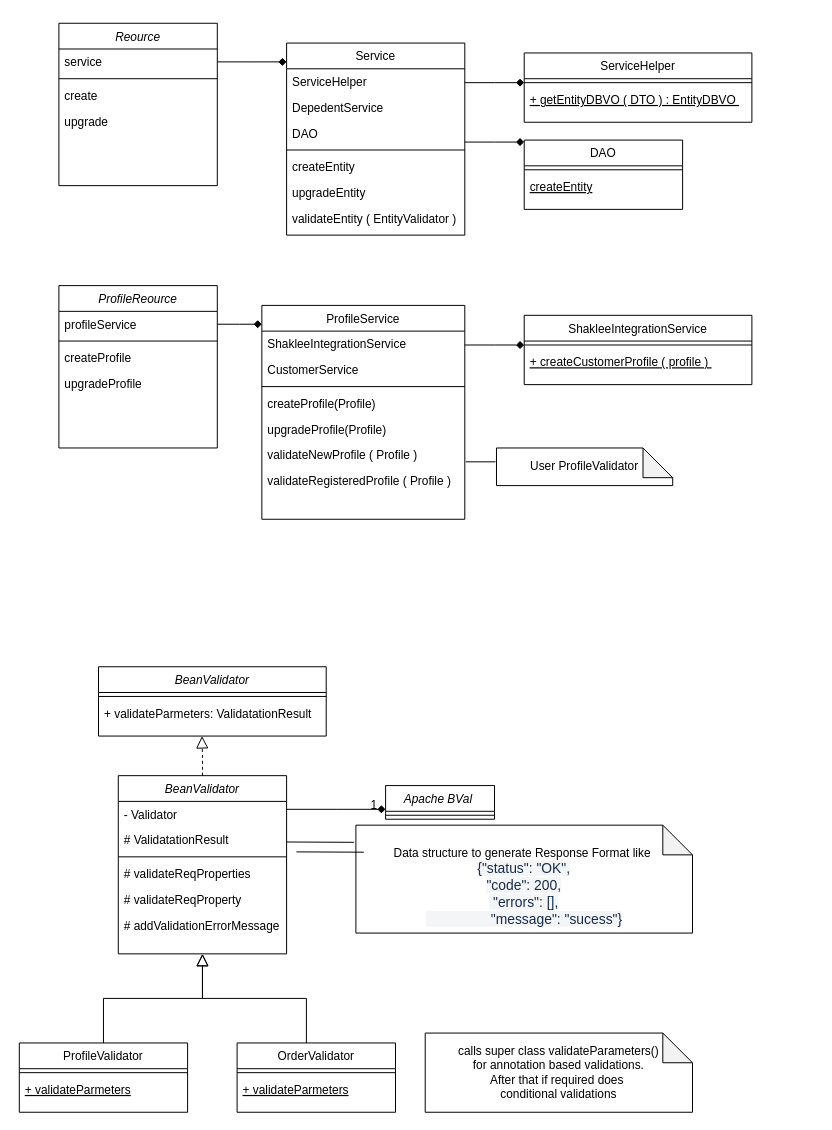
Before: Untitled Diagram.drawio in rednas/Test, a draw.io diagram. Source tidied: cells renumbered, new cells numbered last; positions are measured from the earlier drawing's top-left corner, leaving out a move shared by most shapes. Both pictures are drawn from the tidied source at 99%, with x=0, y=0 at pixel (19, 23).
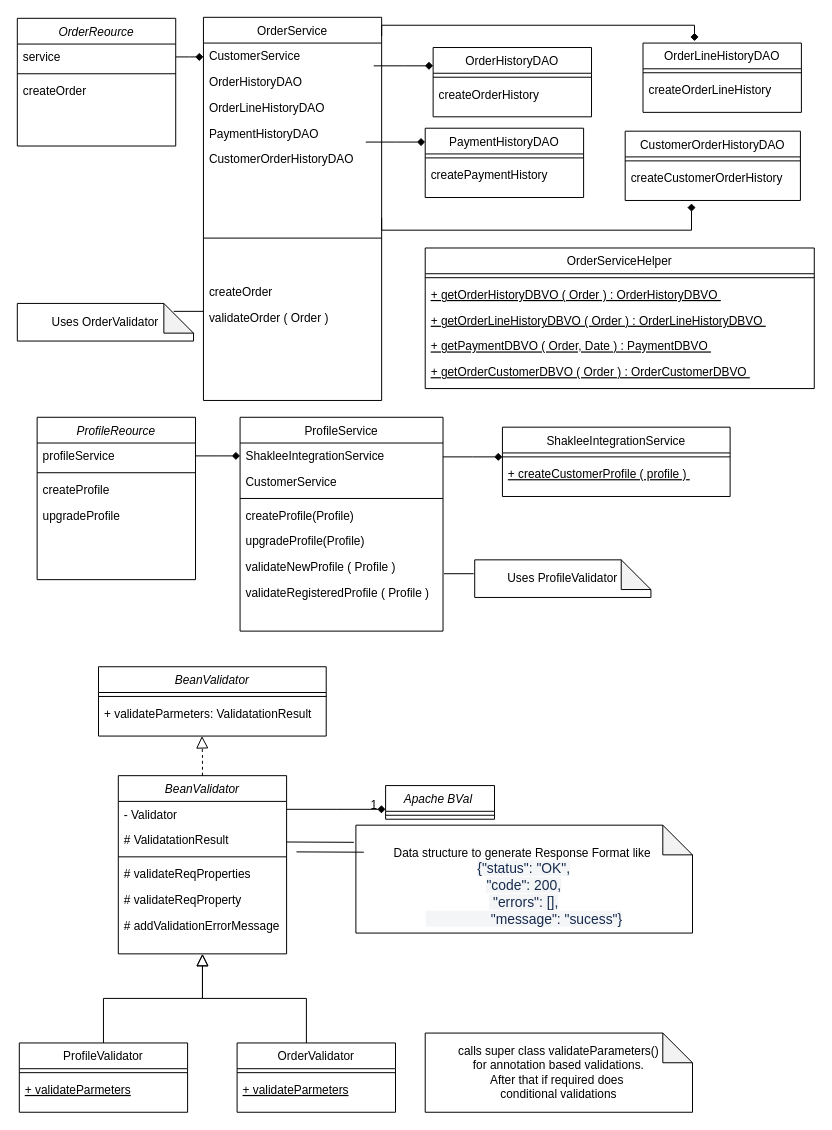
The same diagram, later.

Commit message:
REST API Class Diagram.drawio

Change to the diagram source:
```diff
@@
-    <mxCell id="2" value="Reource" style="swimlane;fontStyle=2;align=center;verticalAlign=top;horizontal=1;startSize=26;rounded=0;shadow=0;strokeWidth=1;" parent="1" vertex="1">
-      <mxGeometry x="40" width="160" height="164" as="geometry" />
+    <mxCell id="2" value="OrderReource" style="swimlane;fontStyle=2;align=center;verticalAlign=top;horizontal=1;startSize=26;rounded=0;shadow=0;strokeWidth=1;" parent="1" vertex="1">
+      <mxGeometry x="-2" y="-5" width="160" height="129" as="geometry" />
     </mxCell>
@@
-    <mxCell id="5" value="create" style="text;align=left;verticalAlign=top;spacingLeft=4;spacingRight=4;overflow=hidden;" parent="2" vertex="1">
+    <mxCell id="5" value="createOrder" style="text;align=left;verticalAlign=top;spacingLeft=4;spacingRight=4;overflow=hidden;" parent="2" vertex="1">
       <mxGeometry y="60" width="160" height="26" as="geometry" />
     </mxCell>
-    <mxCell id="6" value="upgrade" style="text;align=left;verticalAlign=top;spacingLeft=4;spacingRight=4;overflow=hidden;" parent="2" vertex="1">
-      <mxGeometry y="86" width="160" height="26" as="geometry" />
-    </mxCell>
-    <mxCell id="7" value="Service" style="swimlane;fontStyle=0;align=center;verticalAlign=top;horizontal=1;startSize=26;rounded=0;shadow=0;strokeWidth=1;" parent="1" vertex="1">
-      <mxGeometry x="270" y="20" width="180" height="194" as="geometry" />
+    <mxCell id="7" value="OrderService" style="swimlane;fontStyle=0;align=center;verticalAlign=top;horizontal=1;startSize=26;rounded=0;shadow=0;strokeWidth=1;" parent="1" vertex="1">
+      <mxGeometry x="186" y="-6" width="180" height="387" as="geometry" />
     </mxCell>
-    <mxCell id="8" value="ServiceHelper" style="text;align=left;verticalAlign=top;spacingLeft=4;spacingRight=4;overflow=hidden;" parent="7" vertex="1">
-      <mxGeometry y="26" width="180" height="26" as="geometry" />
-    </mxCell>
-    <mxCell id="9" value="DepedentService" style="text;align=left;verticalAlign=top;spacingLeft=4;spacingRight=4;overflow=hidden;rounded=0;shadow=0;html=0;" parent="7" vertex="1">
-      <mxGeometry y="52" width="180" height="26" as="geometry" />
+    <mxCell id="9" value="CustomerService" style="text;align=left;verticalAlign=top;spacingLeft=4;spacingRight=4;overflow=hidden;rounded=0;shadow=0;html=0;" parent="7" vertex="1">
+      <mxGeometry y="26" width="180" height="26" as="geometry" />
     </mxCell>
-    <mxCell id="10" value="DAO" style="text;align=left;verticalAlign=top;spacingLeft=4;spacingRight=4;overflow=hidden;rounded=0;shadow=0;html=0;" parent="7" vertex="1">
-      <mxGeometry y="78" width="180" height="26" as="geometry" />
+    <mxCell id="10" value="OrderHistoryDAO&#10;&#10;&#10;" style="text;align=left;verticalAlign=top;spacingLeft=4;spacingRight=4;overflow=hidden;rounded=0;shadow=0;html=0;" parent="7" vertex="1">
+      <mxGeometry y="52" width="180" height="26" as="geometry" />
     </mxCell>
+    <mxCell id="71" value="OrderLineHistoryDAO&#10;&#10;&#10;" style="text;align=left;verticalAlign=top;spacingLeft=4;spacingRight=4;overflow=hidden;rounded=0;shadow=0;html=0;" parent="7" vertex="1">
+      <mxGeometry y="78" width="180" height="26" as="geometry" />
+    </mxCell>
+    <mxCell id="72" value="PaymentHistoryDAO&#10;&#10;&#10;" style="text;align=left;verticalAlign=top;spacingLeft=4;spacingRight=4;overflow=hidden;rounded=0;shadow=0;html=0;" parent="7" vertex="1">
+      <mxGeometry y="104" width="180" height="26" as="geometry" />
+    </mxCell>
+    <mxCell id="73" value="CustomerOrderHistoryDAO" style="text;align=left;verticalAlign=top;spacingLeft=4;spacingRight=4;overflow=hidden;rounded=0;shadow=0;html=0;" parent="7" vertex="1">
+      <mxGeometry y="130" width="180" height="26" as="geometry" />
+    </mxCell>
+    <mxCell id="74" value=" " style="text;align=left;verticalAlign=top;spacingLeft=4;spacingRight=4;overflow=hidden;rounded=0;shadow=0;html=0;" parent="7" vertex="1">
+      <mxGeometry y="156" width="180" height="26" as="geometry" />
+    </mxCell>
     <mxCell id="11" style="line;html=1;strokeWidth=1;align=left;verticalAlign=middle;spacingTop=-1;spacingLeft=3;spacingRight=3;labelPosition=right;" parent="7" vertex="1">
-      <mxGeometry y="104" width="180" height="8" as="geometry" />
+      <mxGeometry y="182" width="180" height="82" as="geometry" />
     </mxCell>
-    <mxCell id="12" value="createEntity" style="text;align=left;verticalAlign=top;spacingLeft=4;spacingRight=4;overflow=hidden;" parent="7" vertex="1">
-      <mxGeometry y="112" width="180" height="26" as="geometry" />
+    <mxCell id="12" value="createOrder" style="text;align=left;verticalAlign=top;spacingLeft=4;spacingRight=4;overflow=hidden;" parent="7" vertex="1">
+      <mxGeometry y="264" width="180" height="26" as="geometry" />
     </mxCell>
-    <mxCell id="13" value="upgradeEntity" style="text;align=left;verticalAlign=top;spacingLeft=4;spacingRight=4;overflow=hidden;" parent="7" vertex="1">
-      <mxGeometry y="138" width="180" height="26" as="geometry" />
-    </mxCell>
-    <mxCell id="14" value="validateEntity ( EntityValidator )" style="text;align=left;verticalAlign=top;spacingLeft=4;spacingRight=4;overflow=hidden;" parent="7" vertex="1">
-      <mxGeometry y="164" width="180" height="26" as="geometry" />
+    <mxCell id="14" value="validateOrder ( Order )" style="text;align=left;verticalAlign=top;spacingLeft=4;spacingRight=4;overflow=hidden;" parent="7" vertex="1">
+      <mxGeometry y="290" width="180" height="26" as="geometry" />
     </mxCell>
@@
-    <mxCell id="42" value="DAO" style="swimlane;fontStyle=0;align=center;verticalAlign=top;horizontal=1;startSize=26;rounded=0;shadow=0;strokeWidth=1;" parent="1" vertex="1">
-      <mxGeometry x="510" y="118" width="160" height="70" as="geometry" />
+    <mxCell id="42" value="OrderHistoryDAO" style="swimlane;fontStyle=0;align=center;verticalAlign=top;horizontal=1;startSize=26;rounded=0;shadow=0;strokeWidth=1;" parent="1" vertex="1">
+      <mxGeometry x="418" y="24.5" width="160" height="70" as="geometry" />
     </mxCell>
@@
-    <mxCell id="44" value="createEntity" style="text;align=left;verticalAlign=top;spacingLeft=4;spacingRight=4;overflow=hidden;fontStyle=4;" parent="42" vertex="1">
+    <mxCell id="44" value="createOrderHistory" style="text;align=left;verticalAlign=top;spacingLeft=4;spacingRight=4;overflow=hidden;fontStyle=0;" parent="42" vertex="1">
       <mxGeometry y="34" width="160" height="26" as="geometry" />
     </mxCell>
-    <mxCell id="45" style="endArrow=diamond;shadow=0;strokeWidth=1;rounded=0;endFill=1;edgeStyle=elbowEdgeStyle;elbow=vertical;" parent="1" edge="1">
-      <mxGeometry x="0.5" y="41" relative="1" as="geometry">
-        <mxPoint x="450" y="120" as="sourcePoint" />
-        <mxPoint x="510" y="120" as="targetPoint" />
-        <mxPoint x="-40" y="32" as="offset" />
-      </mxGeometry>
-    </mxCell>
-    <mxCell id="46" value="ServiceHelper" style="swimlane;fontStyle=0;align=center;verticalAlign=top;horizontal=1;startSize=26;rounded=0;shadow=0;strokeWidth=1;" parent="1" vertex="1">
-      <mxGeometry x="510" y="30" width="230" height="70" as="geometry" />
+    <mxCell id="46" value="OrderServiceHelper" style="swimlane;fontStyle=0;align=center;verticalAlign=top;horizontal=1;startSize=26;rounded=0;shadow=0;strokeWidth=1;" parent="1" vertex="1">
+      <mxGeometry x="410" y="227" width="393" height="142" as="geometry" />
     </mxCell>
     <mxCell id="47" style="line;html=1;strokeWidth=1;align=left;verticalAlign=middle;spacingTop=-1;spacingLeft=3;spacingRight=3;labelPosition=right;" parent="46" vertex="1">
-      <mxGeometry y="26" width="230" height="8" as="geometry" />
+      <mxGeometry y="26" width="393" height="8" as="geometry" />
     </mxCell>
-    <mxCell id="48" value="+ getEntityDBVO ( DTO ) : EntityDBVO " style="text;align=left;verticalAlign=top;spacingLeft=4;spacingRight=4;overflow=hidden;fontStyle=4;" parent="46" vertex="1">
-      <mxGeometry y="34" width="230" height="26" as="geometry" />
+    <mxCell id="48" value="+ getOrderHistoryDBVO ( Order ) : OrderHistoryDBVO " style="text;align=left;verticalAlign=top;spacingLeft=4;spacingRight=4;overflow=hidden;fontStyle=4;" parent="46" vertex="1">
+      <mxGeometry y="34" width="393" height="26" as="geometry" />
     </mxCell>
-    <mxCell id="49" style="endArrow=diamond;shadow=0;strokeWidth=1;rounded=0;endFill=1;edgeStyle=elbowEdgeStyle;elbow=vertical;" parent="1" edge="1">
-      <mxGeometry x="0.5" y="41" relative="1" as="geometry">
-        <mxPoint x="450" y="60" as="sourcePoint" />
-        <mxPoint x="510" y="60" as="targetPoint" />
-        <mxPoint x="-40" y="32" as="offset" />
-      </mxGeometry>
-    </mxCell>
+    <mxCell id="75" value="+ getOrderLineHistoryDBVO ( Order ) : OrderLineHistoryDBVO " style="text;align=left;verticalAlign=top;spacingLeft=4;spacingRight=4;overflow=hidden;fontStyle=4;" parent="46" vertex="1">
+      <mxGeometry y="60" width="393" height="26" as="geometry" />
+    </mxCell>
+    <mxCell id="76" value="+ getPaymentDBVO ( Order, Date ) : PaymentDBVO " style="text;align=left;verticalAlign=top;spacingLeft=4;spacingRight=4;overflow=hidden;fontStyle=4;" parent="46" vertex="1">
+      <mxGeometry y="86" width="393" height="26" as="geometry" />
+    </mxCell>
+    <mxCell id="77" value="+ getOrderCustomerDBVO ( Order ) : OrderCustomerDBVO " style="text;align=left;verticalAlign=top;spacingLeft=4;spacingRight=4;overflow=hidden;fontStyle=4;" parent="46" vertex="1">
+      <mxGeometry y="112" width="393" height="26" as="geometry" />
+    </mxCell>
     <mxCell id="50" value="ProfileReource" style="swimlane;fontStyle=2;align=center;verticalAlign=top;horizontal=1;startSize=26;rounded=0;shadow=0;strokeWidth=1;" parent="1" vertex="1">
-      <mxGeometry x="40" y="265" width="160" height="164" as="geometry" />
+      <mxGeometry x="18" y="398" width="160" height="164" as="geometry" />
     </mxCell>
@@
     <mxCell id="55" value="ProfileService" style="swimlane;fontStyle=0;align=center;verticalAlign=top;horizontal=1;startSize=26;rounded=0;shadow=0;strokeWidth=1;" parent="1" vertex="1">
-      <mxGeometry x="245" y="285" width="205" height="216" as="geometry" />
+      <mxGeometry x="223" y="398" width="205" height="216" as="geometry" />
     </mxCell>
@@
     <mxCell id="65" value="ShakleeIntegrationService" style="swimlane;fontStyle=0;align=center;verticalAlign=top;horizontal=1;startSize=26;rounded=0;shadow=0;strokeWidth=1;" parent="1" vertex="1">
-      <mxGeometry x="510" y="295" width="230" height="70" as="geometry" />
+      <mxGeometry x="488" y="408" width="230" height="70" as="geometry" />
     </mxCell>
@@
     <mxCell id="68" style="endArrow=diamond;shadow=0;strokeWidth=1;rounded=0;endFill=1;edgeStyle=elbowEdgeStyle;elbow=vertical;" parent="1" edge="1">
       <mxGeometry x="0.5" y="41" relative="1" as="geometry">
-        <mxPoint x="450" y="325" as="sourcePoint" />
-        <mxPoint x="510" y="325" as="targetPoint" />
+        <mxPoint x="428" y="438" as="sourcePoint" />
+        <mxPoint x="488" y="438" as="targetPoint" />
         <mxPoint x="-40" y="32" as="offset" />
       </mxGeometry>
     </mxCell>
-    <mxCell id="69" value="User ProfileValidator" style="shape=note;whiteSpace=wrap;html=1;backgroundOutline=1;darkOpacity=0.05;" parent="1" vertex="1">
-      <mxGeometry x="482" y="429" width="178" height="38" as="geometry" />
+    <mxCell id="69" value="Uses ProfileValidator" style="shape=note;whiteSpace=wrap;html=1;backgroundOutline=1;darkOpacity=0.05;" parent="1" vertex="1">
+      <mxGeometry x="460" y="542" width="178" height="38" as="geometry" />
     </mxCell>
@@
+    <mxCell id="78" value="OrderLineHistoryDAO" style="swimlane;fontStyle=0;align=center;verticalAlign=top;horizontal=1;startSize=26;rounded=0;shadow=0;strokeWidth=1;" parent="1" vertex="1">
+      <mxGeometry x="630" y="20" width="160" height="70" as="geometry" />
+    </mxCell>
+    <mxCell id="79" style="line;html=1;strokeWidth=1;align=left;verticalAlign=middle;spacingTop=-1;spacingLeft=3;spacingRight=3;labelPosition=right;" parent="78" vertex="1">
+      <mxGeometry y="26" width="160" height="8" as="geometry" />
+    </mxCell>
+    <mxCell id="80" value="createOrderLineHistory" style="text;align=left;verticalAlign=top;spacingLeft=4;spacingRight=4;overflow=hidden;fontStyle=0;" parent="78" vertex="1">
+      <mxGeometry y="34" width="160" height="26" as="geometry" />
+    </mxCell>
+    <mxCell id="81" value="PaymentHistoryDAO&#10;&#10;&#10;" style="swimlane;fontStyle=0;align=center;verticalAlign=top;horizontal=1;startSize=26;rounded=0;shadow=0;strokeWidth=1;" parent="1" vertex="1">
+      <mxGeometry x="410" y="106" width="160" height="70" as="geometry" />
+    </mxCell>
+    <mxCell id="82" style="line;html=1;strokeWidth=1;align=left;verticalAlign=middle;spacingTop=-1;spacingLeft=3;spacingRight=3;labelPosition=right;" parent="81" vertex="1">
+      <mxGeometry y="26" width="160" height="8" as="geometry" />
+    </mxCell>
+    <mxCell id="83" value="createPaymentHistory" style="text;align=left;verticalAlign=top;spacingLeft=4;spacingRight=4;overflow=hidden;fontStyle=0;" parent="81" vertex="1">
+      <mxGeometry y="34" width="160" height="26" as="geometry" />
+    </mxCell>
+    <mxCell id="84" value="CustomerOrderHistoryDAO" style="swimlane;fontStyle=0;align=center;verticalAlign=top;horizontal=1;startSize=26;rounded=0;shadow=0;strokeWidth=1;" parent="1" vertex="1">
+      <mxGeometry x="612" y="109" width="177" height="70" as="geometry" />
+    </mxCell>
+    <mxCell id="85" style="line;html=1;strokeWidth=1;align=left;verticalAlign=middle;spacingTop=-1;spacingLeft=3;spacingRight=3;labelPosition=right;" parent="84" vertex="1">
+      <mxGeometry y="26" width="177" height="8" as="geometry" />
+    </mxCell>
+    <mxCell id="86" value="createCustomerOrderHistory" style="text;align=left;verticalAlign=top;spacingLeft=4;spacingRight=4;overflow=hidden;fontStyle=0;" parent="84" vertex="1">
+      <mxGeometry y="34" width="177" height="26" as="geometry" />
+    </mxCell>
+    <mxCell id="87" style="endArrow=diamond;shadow=0;strokeWidth=1;rounded=0;endFill=1;edgeStyle=elbowEdgeStyle;elbow=vertical;" parent="1" edge="1">
+      <mxGeometry x="0.5" y="41" relative="1" as="geometry">
+        <mxPoint x="366" y="196.5" as="sourcePoint" />
+        <mxPoint x="679" y="182" as="targetPoint" />
+        <Array as="points">
+          <mxPoint x="528" y="209" />
+        </Array>
+        <mxPoint x="-40" y="32" as="offset" />
+      </mxGeometry>
+    </mxCell>
+    <mxCell id="88" style="endArrow=diamond;shadow=0;strokeWidth=1;rounded=0;endFill=1;edgeStyle=elbowEdgeStyle;elbow=vertical;" parent="1" edge="1">
+      <mxGeometry x="0.5" y="41" relative="1" as="geometry">
+        <mxPoint x="358" y="43" as="sourcePoint" />
+        <mxPoint x="418" y="43" as="targetPoint" />
+        <mxPoint x="-40" y="32" as="offset" />
+      </mxGeometry>
+    </mxCell>
+    <mxCell id="45" style="endArrow=diamond;shadow=0;strokeWidth=1;rounded=0;endFill=1;edgeStyle=elbowEdgeStyle;elbow=vertical;" parent="1" edge="1">
+      <mxGeometry x="0.5" y="41" relative="1" as="geometry">
+        <mxPoint x="366" y="13" as="sourcePoint" />
+        <mxPoint x="682" y="18" as="targetPoint" />
+        <Array as="points">
+          <mxPoint x="523" y="2" />
+        </Array>
+        <mxPoint x="-40" y="32" as="offset" />
+      </mxGeometry>
+    </mxCell>
+    <mxCell id="89" style="endArrow=diamond;shadow=0;strokeWidth=1;rounded=0;endFill=1;edgeStyle=elbowEdgeStyle;elbow=vertical;" parent="1" edge="1">
+      <mxGeometry x="0.5" y="41" relative="1" as="geometry">
+        <mxPoint x="350" y="120" as="sourcePoint" />
+        <mxPoint x="410" y="120" as="targetPoint" />
+        <mxPoint x="-40" y="32" as="offset" />
+      </mxGeometry>
+    </mxCell>
+    <mxCell id="90" value="Uses OrderValidator" style="shape=note;whiteSpace=wrap;html=1;backgroundOutline=1;darkOpacity=0.05;" parent="1" vertex="1">
+      <mxGeometry x="-2" y="283" width="178" height="38" as="geometry" />
+    </mxCell>
+    <mxCell id="91" style="endArrow=none;html=1;rounded=0;" parent="1" edge="1">
+      <mxGeometry relative="1" as="geometry">
+        <mxPoint x="156" y="291" as="sourcePoint" />
+        <mxPoint x="186" y="291" as="targetPoint" />
+      </mxGeometry>
+    </mxCell>
```
